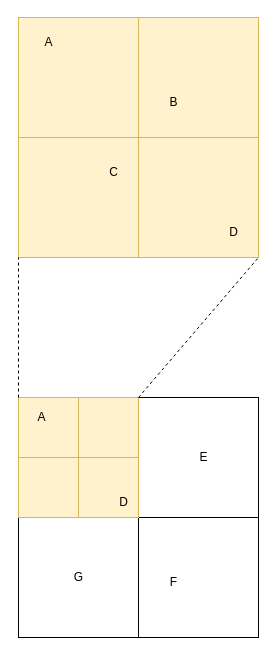
wangziji/graphics keeps this draw.io diagram as 地图简史.drawio. Above is the earlier version. Source tidied: cells renumbered, new cells numbered last; positions are measured from the earlier drawing's top-left corner, leaving out a move shared by most shapes. Both pictures are drawn from the tidied source at 100%, with x=0, y=0 at pixel (18, 17).
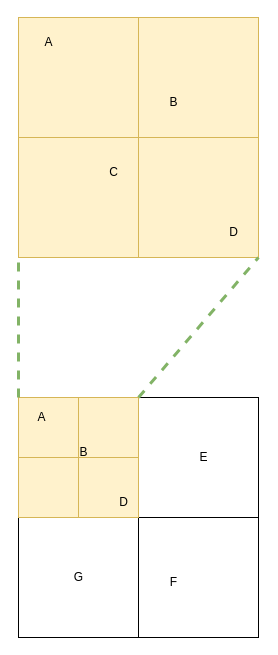
The same diagram, later.

Commit message (it also covers changes not shown here):
更新地图简史.drawio

The change refers to these unchanged cells:
```xml
<mxCell id="4" style="rounded=0;whiteSpace=wrap;html=1;fillColor=#fff2cc;strokeColor=#d6b656;" parent="1" vertex="1">
  <mxGeometry x="120" y="120" width="120" height="120" as="geometry" />
</mxCell>
<mxCell id="5" style="rounded=0;whiteSpace=wrap;html=1;fillColor=#fff2cc;strokeColor=#d6b656;" parent="1" vertex="1">
  <mxGeometry y="120" width="120" height="120" as="geometry" />
</mxCell>
<mxCell id="16" style="group;fillColor=#fff2cc;strokeColor=#d6b656;" parent="1" vertex="1">
  <mxGeometry y="380" width="120" height="120" as="geometry" />
</mxCell>
<mxCell id="17" style="rounded=0;whiteSpace=wrap;html=1;fillColor=#fff2cc;strokeColor=#d6b656;" parent="16" vertex="1">
  <mxGeometry width="60" height="60" as="geometry" />
</mxCell>
<mxCell id="18" style="rounded=0;whiteSpace=wrap;html=1;fillColor=#fff2cc;strokeColor=#d6b656;" parent="16" vertex="1">
  <mxGeometry x="60" width="60" height="60" as="geometry" />
</mxCell>
```

Change to the diagram source:
```diff
@@
+    <mxCell id="25" value="B" style="text;html=1;align=center;verticalAlign=middle;" parent="16" vertex="1">
+      <mxGeometry x="50" y="40" width="30" height="30" as="geometry" />
+    </mxCell>
-    <mxCell id="23" style="endArrow=none;dashed=1;html=1;rounded=0;entryX=0;entryY=1;entryDx=0;entryDy=0;exitX=0;exitY=0;exitDx=0;exitDy=0;" parent="1" edge="1" source="17" target="5">
+    <mxCell id="23" style="endArrow=none;dashed=1;html=1;rounded=0;entryX=0;entryY=1;entryDx=0;entryDy=0;exitX=0;exitY=0;exitDx=0;exitDy=0;fillColor=#d5e8d4;strokeColor=#82b366;strokeWidth=3;" parent="1" edge="1" source="17" target="5">
       <mxGeometry relative="1" as="geometry" />
     </mxCell>
-    <mxCell id="24" style="endArrow=none;dashed=1;html=1;rounded=0;entryX=1;entryY=1;entryDx=0;entryDy=0;exitX=1;exitY=0;exitDx=0;exitDy=0;" parent="1" edge="1" source="18" target="4">
+    <mxCell id="24" style="endArrow=none;dashed=1;html=1;rounded=0;entryX=1;entryY=1;entryDx=0;entryDy=0;exitX=1;exitY=0;exitDx=0;exitDy=0;fillColor=#d5e8d4;strokeColor=#82b366;strokeWidth=3;" parent="1" edge="1" source="18" target="4">
       <mxGeometry relative="1" as="geometry" />
     </mxCell>
```
